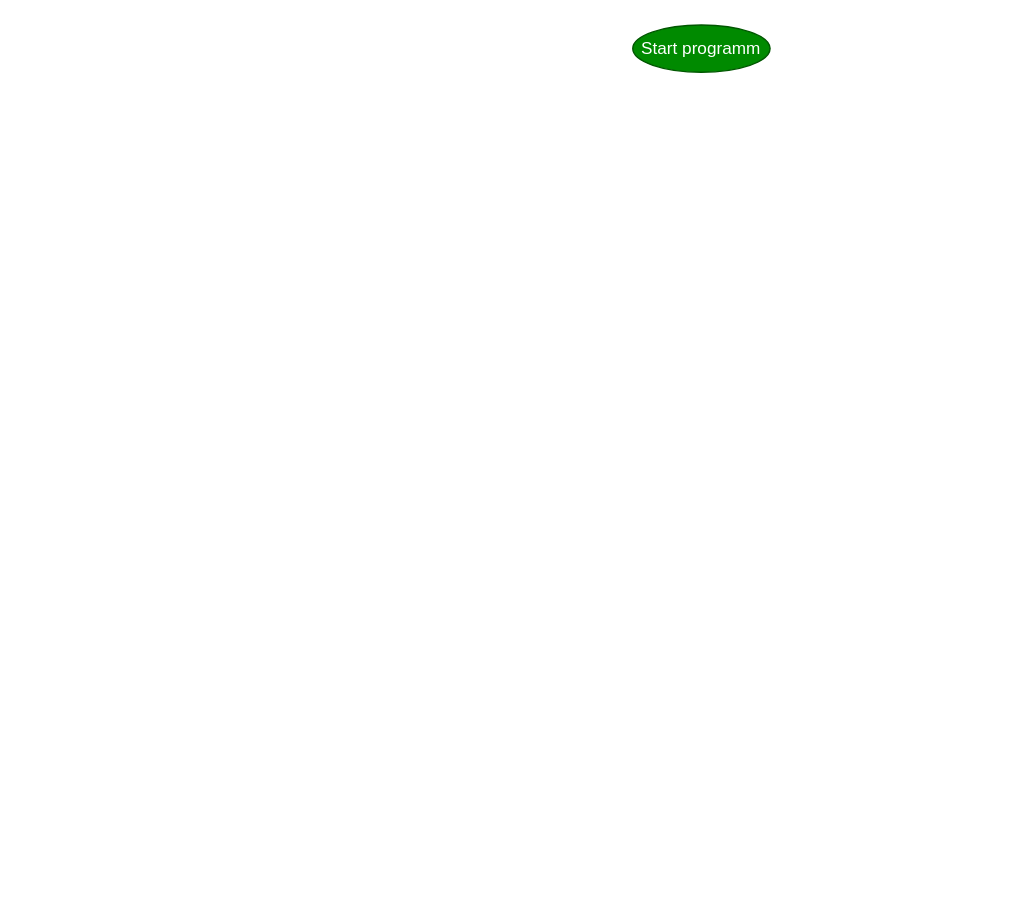
Before: src/main/java/com/splab/algorithms/bracketsD1.drawio in Sava175/SpLab, a draw.io diagram. Source tidied: cells renumbered, new cells numbered last; positions are measured from the earlier drawing's top-left corner, leaving out a move shared by most shapes. Both pictures are drawn from the tidied source at 143%, with x=0, y=0 at pixel (632, 24).
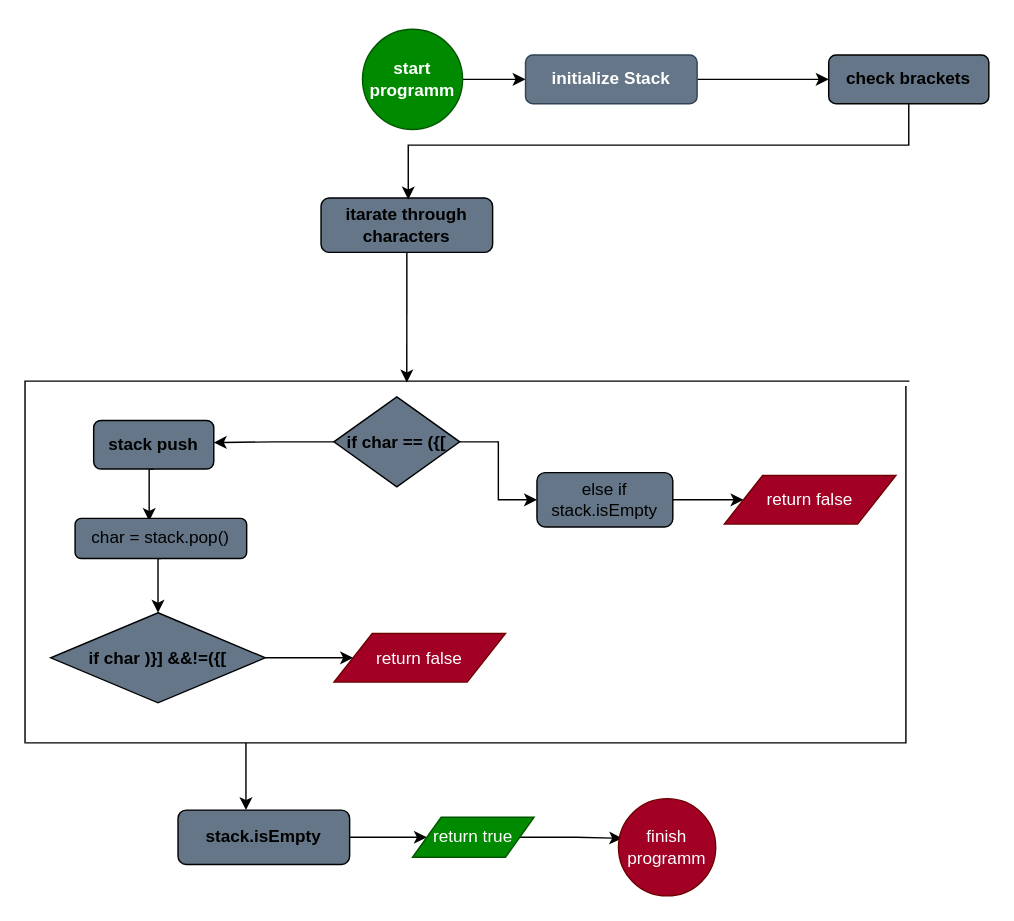
After the change.

Commit message (it also covers changes not shown here):
made method checking work by writing new structure of it

Change to the diagram source:
```diff
@@
-    <mxCell id="2" value="Start programm" style="ellipse;whiteSpace=wrap;html=1;fillColor=#008a00;fontColor=#ffffff;strokeColor=#005700;" parent="1" vertex="1">
-      <mxGeometry width="96" height="33" as="geometry" />
-    </mxCell>
+    <mxCell id="3" style="edgeStyle=orthogonalEdgeStyle;rounded=0;jettySize=auto;html=1;exitX=1;exitY=0.5;exitDx=0;exitDy=0;entryX=0;entryY=0.5;entryDx=0;entryDy=0;fontSize=12;" parent="1" edge="1" source="4" target="6">
+      <mxGeometry relative="1" as="geometry" />
+    </mxCell>
+    <mxCell id="4" value="&lt;b&gt;start programm&lt;/b&gt;" style="ellipse;whiteSpace=wrap;html=1;fillColor=#008a00;fontColor=#ffffff;strokeColor=#005700;" parent="1" vertex="1">
+      <mxGeometry x="-189" y="3" width="70" height="70" as="geometry" />
+    </mxCell>
+    <mxCell id="5" style="edgeStyle=orthogonalEdgeStyle;rounded=0;jettySize=auto;html=1;exitX=1;exitY=0.5;exitDx=0;exitDy=0;entryX=0;entryY=0.5;entryDx=0;entryDy=0;fontSize=12;" parent="1" edge="1" source="6" target="23">
+      <mxGeometry relative="1" as="geometry" />
+    </mxCell>
+    <mxCell id="6" value="&lt;font style=&quot;font-size: 12px;&quot;&gt;&lt;b&gt;initialize Stack&lt;/b&gt;&lt;/font&gt;" style="rounded=1;whiteSpace=wrap;html=1;fontColor=#ffffff;fillColor=#647687;strokeColor=#314354;" parent="1" vertex="1">
+      <mxGeometry x="-75" y="21" width="120" height="34" as="geometry" />
+    </mxCell>
+    <mxCell id="7" style="edgeStyle=orthogonalEdgeStyle;rounded=0;jettySize=auto;html=1;exitX=0;exitY=0.5;exitDx=0;exitDy=0;fontSize=12;entryX=1;entryY=0.456;entryDx=0;entryDy=0;entryPerimeter=0;" parent="1" edge="1" source="9" target="15">
+      <mxGeometry relative="1" as="geometry" />
+    </mxCell>
+    <mxCell id="8" style="edgeStyle=orthogonalEdgeStyle;rounded=0;jettySize=auto;html=1;exitX=1;exitY=0.5;exitDx=0;exitDy=0;entryX=0;entryY=0.5;entryDx=0;entryDy=0;fontSize=12;" parent="1" edge="1" source="9" target="17">
+      <mxGeometry relative="1" as="geometry" />
+    </mxCell>
+    <mxCell id="9" value="&lt;b&gt;if char == ({[&lt;/b&gt;" style="rhombus;whiteSpace=wrap;html=1;fillColor=#647687;" parent="1" vertex="1">
+      <mxGeometry x="-209" y="260" width="88" height="63" as="geometry" />
+    </mxCell>
+    <mxCell id="10" style="edgeStyle=orthogonalEdgeStyle;rounded=0;jettySize=auto;html=1;exitX=0.5;exitY=1;exitDx=0;exitDy=0;fontSize=12;entryX=0.432;entryY=0.004;entryDx=0;entryDy=0;entryPerimeter=0;" parent="1" edge="1" source="11" target="26">
+      <mxGeometry relative="1" as="geometry" />
+    </mxCell>
+    <mxCell id="11" value="&lt;font size=&quot;1&quot; style=&quot;&quot;&gt;&lt;b style=&quot;font-size: 12px;&quot;&gt;itarate through characters&lt;/b&gt;&lt;/font&gt;" style="rounded=1;whiteSpace=wrap;html=1;fillColor=#647687;" parent="1" vertex="1">
+      <mxGeometry x="-218" y="121" width="120" height="38" as="geometry" />
+    </mxCell>
+    <mxCell id="12" style="edgeStyle=orthogonalEdgeStyle;rounded=0;jettySize=auto;html=1;exitX=1;exitY=0.5;exitDx=0;exitDy=0;entryX=0;entryY=0.5;entryDx=0;entryDy=0;fontSize=12;" parent="1" edge="1" source="13" target="19">
+      <mxGeometry relative="1" as="geometry" />
+    </mxCell>
+    <mxCell id="13" value="&lt;b&gt;if char )}] &amp;amp;&amp;amp;!=({[&lt;/b&gt;" style="rhombus;whiteSpace=wrap;html=1;fillColor=#647687;" parent="1" vertex="1">
+      <mxGeometry x="-407" y="411" width="150" height="63" as="geometry" />
+    </mxCell>
+    <mxCell id="14" style="edgeStyle=orthogonalEdgeStyle;rounded=0;jettySize=auto;html=1;exitX=0.5;exitY=1;exitDx=0;exitDy=0;entryX=0.432;entryY=0.064;entryDx=0;entryDy=0;entryPerimeter=0;fontSize=12;" parent="1" edge="1" source="15" target="21">
+      <mxGeometry relative="1" as="geometry" />
+    </mxCell>
+    <mxCell id="15" value="&lt;b&gt;stack push&lt;/b&gt;" style="rounded=1;whiteSpace=wrap;html=1;fontSize=12;fillColor=#647687;" parent="1" vertex="1">
+      <mxGeometry x="-377" y="276.5" width="84" height="34" as="geometry" />
+    </mxCell>
+    <mxCell id="16" style="edgeStyle=orthogonalEdgeStyle;rounded=0;jettySize=auto;html=1;exitX=1;exitY=0.5;exitDx=0;exitDy=0;entryX=0;entryY=0.5;entryDx=0;entryDy=0;fontSize=12;" parent="1" edge="1" source="17" target="18">
+      <mxGeometry relative="1" as="geometry" />
+    </mxCell>
+    <mxCell id="17" value="else if stack.isEmpty" style="rounded=1;whiteSpace=wrap;html=1;fontSize=12;fillColor=#647687;" parent="1" vertex="1">
+      <mxGeometry x="-67" y="313" width="95" height="38" as="geometry" />
+    </mxCell>
+    <mxCell id="18" value="return false" style="shape=parallelogram;perimeter=parallelogramPerimeter;whiteSpace=wrap;html=1;fixedSize=1;fontSize=12;fillColor=#a20025;size=26.79998779296875;fontColor=#ffffff;strokeColor=#6F0000;" parent="1" vertex="1">
+      <mxGeometry x="64" y="315" width="120" height="34" as="geometry" />
+    </mxCell>
+    <mxCell id="19" value="return false" style="shape=parallelogram;perimeter=parallelogramPerimeter;whiteSpace=wrap;html=1;fixedSize=1;fontSize=12;fillColor=#a20025;size=26.79998779296875;fontColor=#ffffff;strokeColor=#6F0000;" parent="1" vertex="1">
+      <mxGeometry x="-209" y="425.5" width="120" height="34" as="geometry" />
+    </mxCell>
+    <mxCell id="20" style="edgeStyle=orthogonalEdgeStyle;rounded=0;jettySize=auto;html=1;exitX=0.5;exitY=1;exitDx=0;exitDy=0;entryX=0.5;entryY=0;entryDx=0;entryDy=0;fontSize=12;" parent="1" edge="1" source="21" target="13">
+      <mxGeometry relative="1" as="geometry" />
+    </mxCell>
+    <mxCell id="21" value="char = stack.pop()" style="rounded=1;whiteSpace=wrap;html=1;fontSize=12;fillColor=#647687;" parent="1" vertex="1">
+      <mxGeometry x="-390" y="345" width="120" height="28" as="geometry" />
+    </mxCell>
+    <mxCell id="22" style="edgeStyle=orthogonalEdgeStyle;rounded=0;jettySize=auto;html=1;exitX=0.5;exitY=1;exitDx=0;exitDy=0;fontSize=12;" parent="1" edge="1" source="23">
+      <mxGeometry relative="1" as="geometry">
+        <mxPoint x="-157" y="122" as="targetPoint" />
+        <Array as="points">
+          <mxPoint x="193" y="84" />
+          <mxPoint x="-157" y="84" />
+          <mxPoint x="-157" y="114" />
+        </Array>
+      </mxGeometry>
+    </mxCell>
+    <mxCell id="23" value="&lt;b&gt;check brackets&lt;/b&gt;" style="rounded=1;whiteSpace=wrap;html=1;fontSize=12;fillColor=#647687;" parent="1" vertex="1">
+      <mxGeometry x="137" y="21" width="112" height="34" as="geometry" />
+    </mxCell>
+    <mxCell id="24" style="shape=partialRectangle;whiteSpace=wrap;html=1;top=0;left=0;fillColor=none;fontSize=12;" parent="1" vertex="1">
+      <mxGeometry x="-424" y="253" width="615" height="249" as="geometry" />
+    </mxCell>
+    <mxCell id="25" style="edgeStyle=orthogonalEdgeStyle;rounded=0;jettySize=auto;html=1;exitX=0.25;exitY=1;exitDx=0;exitDy=0;fontSize=12;" parent="1" edge="1" source="26" target="28">
+      <mxGeometry relative="1" as="geometry">
+        <Array as="points">
+          <mxPoint x="-270" y="537" />
+          <mxPoint x="-270" y="537" />
+        </Array>
+      </mxGeometry>
+    </mxCell>
+    <mxCell id="26" style="shape=partialRectangle;whiteSpace=wrap;html=1;bottom=0;right=0;fillColor=none;fontSize=12;" parent="1" vertex="1">
+      <mxGeometry x="-425" y="249" width="618" height="253" as="geometry" />
+    </mxCell>
+    <mxCell id="27" style="edgeStyle=orthogonalEdgeStyle;rounded=0;jettySize=auto;html=1;exitX=1;exitY=0.5;exitDx=0;exitDy=0;entryX=0;entryY=0.5;entryDx=0;entryDy=0;fontSize=12;" parent="1" edge="1" source="28" target="30">
+      <mxGeometry relative="1" as="geometry" />
+    </mxCell>
+    <mxCell id="28" value="&lt;b&gt;stack.isEmpty&lt;/b&gt;" style="rounded=1;whiteSpace=wrap;html=1;fontSize=12;fillColor=#647687;" parent="1" vertex="1">
+      <mxGeometry x="-318" y="549" width="120" height="38" as="geometry" />
+    </mxCell>
+    <mxCell id="29" style="edgeStyle=orthogonalEdgeStyle;rounded=0;jettySize=auto;html=1;exitX=1;exitY=0.5;exitDx=0;exitDy=0;entryX=0.038;entryY=0.408;entryDx=0;entryDy=0;entryPerimeter=0;fontSize=12;" parent="1" edge="1" source="30" target="31">
+      <mxGeometry relative="1" as="geometry" />
+    </mxCell>
+    <mxCell id="30" value="return true" style="shape=parallelogram;perimeter=parallelogramPerimeter;whiteSpace=wrap;html=1;fixedSize=1;fontSize=12;fillColor=#008a00;fontColor=#ffffff;strokeColor=#005700;" parent="1" vertex="1">
+      <mxGeometry x="-154" y="554" width="85" height="28" as="geometry" />
+    </mxCell>
+    <mxCell id="31" value="finish programm" style="ellipse;whiteSpace=wrap;html=1;fontSize=12;fillColor=#a20025;fontColor=#ffffff;strokeColor=#6F0000;" parent="1" vertex="1">
+      <mxGeometry x="-10" y="541" width="68" height="68" as="geometry" />
+    </mxCell>
```
